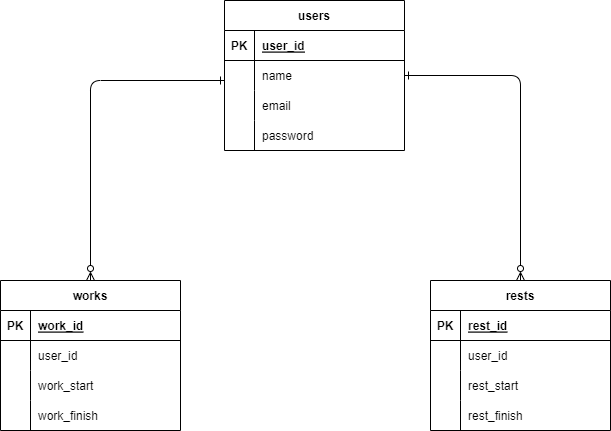
Earlier version of the draw.io export timestamp.drawio.png (nakagawa1573/images). Source tidied: cells renumbered, new cells last; positions are measured from the earlier drawing's top-left corner, leaving out a move shared by most shapes.
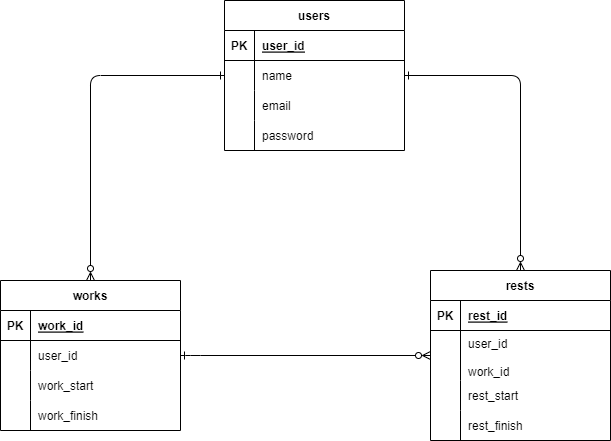
Above is the later version.

Diff of the diagram source:
```diff
@@ -81,7 +81,7 @@
       <mxGeometry x="30" width="150" height="30" as="geometry" />
     </mxCell>
     <mxCell id="28" value="rests" style="shape=table;startSize=30;rowLines=0;fontStyle=1;align=center;" parent="1" vertex="1">
-      <mxGeometry x="430" y="280" width="180" height="150" as="geometry" />
+      <mxGeometry x="430" y="270" width="180" height="170" as="geometry" />
     </mxCell>
     <mxCell id="29" style="shape=tableRow;horizontal=0;startSize=0;swimlaneHead=0;swimlaneBody=0;fillColor=none;top=0;left=0;right=0;bottom=1;" parent="28" vertex="1">
       <mxGeometry y="30" width="180" height="30" as="geometry" />
@@ -93,16 +93,16 @@
       <mxGeometry x="30" width="150" height="30" as="geometry" />
     </mxCell>
     <mxCell id="32" style="shape=tableRow;horizontal=0;startSize=0;swimlaneHead=0;swimlaneBody=0;fillColor=none;points=[[0,0.5],[1,0.5]];portConstraint=eastwest;top=0;left=0;right=0;bottom=0;" parent="28" vertex="1">
-      <mxGeometry y="60" width="180" height="30" as="geometry" />
+      <mxGeometry y="60" width="180" height="50" as="geometry" />
     </mxCell>
     <mxCell id="33" style="shape=partialRectangle;fillColor=none;top=0;left=0;bottom=0;right=0;overflow=hidden;" parent="32" vertex="1">
-      <mxGeometry width="30" height="30" as="geometry" />
+      <mxGeometry width="30" height="50" as="geometry" />
     </mxCell>
-    <mxCell id="34" value="user_id" style="shape=partialRectangle;fillColor=none;top=0;left=0;bottom=0;right=0;align=left;spacingLeft=6;overflow=hidden;" parent="32" vertex="1">
-      <mxGeometry x="30" width="150" height="30" as="geometry" />
+    <mxCell id="34" value="user_id&#10;&#10;work_id" style="shape=partialRectangle;fillColor=none;top=0;left=0;bottom=0;right=0;align=left;spacingLeft=6;overflow=hidden;verticalAlign=top;" parent="32" vertex="1">
+      <mxGeometry x="30" width="150" height="50" as="geometry" />
     </mxCell>
     <mxCell id="35" style="shape=tableRow;horizontal=0;startSize=0;swimlaneHead=0;swimlaneBody=0;fillColor=none;top=0;left=0;right=0;bottom=0;" parent="28" vertex="1">
-      <mxGeometry y="90" width="180" height="30" as="geometry" />
+      <mxGeometry y="110" width="180" height="30" as="geometry" />
     </mxCell>
     <mxCell id="36" style="shape=partialRectangle;fillColor=none;top=0;left=0;bottom=0;right=0;overflow=hidden;" parent="35" vertex="1">
       <mxGeometry width="30" height="30" as="geometry" />
@@ -111,7 +111,7 @@
       <mxGeometry x="30" width="150" height="30" as="geometry" />
     </mxCell>
     <mxCell id="38" style="shape=tableRow;horizontal=0;startSize=0;swimlaneHead=0;swimlaneBody=0;fillColor=none;top=0;left=0;right=0;bottom=0;" parent="28" vertex="1">
-      <mxGeometry y="120" width="180" height="30" as="geometry" />
+      <mxGeometry y="140" width="180" height="30" as="geometry" />
     </mxCell>
     <mxCell id="39" style="shape=partialRectangle;fillColor=none;top=0;left=0;bottom=0;right=0;overflow=hidden;" parent="38" vertex="1">
       <mxGeometry width="30" height="30" as="geometry" />
@@ -119,11 +119,10 @@
     <mxCell id="40" value="rest_finish" style="shape=partialRectangle;fillColor=none;top=0;left=0;bottom=0;right=0;align=left;spacingLeft=6;overflow=hidden;" parent="38" vertex="1">
       <mxGeometry x="30" width="150" height="30" as="geometry" />
     </mxCell>
-    <mxCell id="41" style="fontSize=12;html=1;endArrow=ERone;exitX=0.5;exitY=0;exitDx=0;exitDy=0;endFill=0;startArrow=ERzeroToMany;startFill=0;" parent="1" edge="1" source="15">
+    <mxCell id="41" style="fontSize=12;html=1;endArrow=ERone;exitX=0.5;exitY=0;exitDx=0;exitDy=0;endFill=0;startArrow=ERzeroToMany;startFill=0;entryX=0;entryY=0.5;entryDx=0;entryDy=0;" parent="1" edge="1" source="15" target="6">
       <mxGeometry relative="1" as="geometry">
-        <mxPoint x="224" y="80" as="targetPoint" />
         <Array as="points">
-          <mxPoint x="90" y="80" />
+          <mxPoint x="90" y="75" />
         </Array>
       </mxGeometry>
     </mxCell>
@@ -134,5 +133,12 @@
         </Array>
       </mxGeometry>
     </mxCell>
+    <mxCell id="43" style="endArrow=ERzeroToMany;html=1;endFill=0;startArrow=ERone;startFill=0;exitX=1;exitY=0.5;exitDx=0;exitDy=0;entryX=0;entryY=0.5;entryDx=0;entryDy=0;" parent="1" edge="1" source="19" target="32">
+      <mxGeometry relative="1" as="geometry">
+        <Array as="points">
+          <mxPoint x="190" y="355" />
+        </Array>
+      </mxGeometry>
+    </mxCell>
   </root>
 </mxGraphModel>
```
